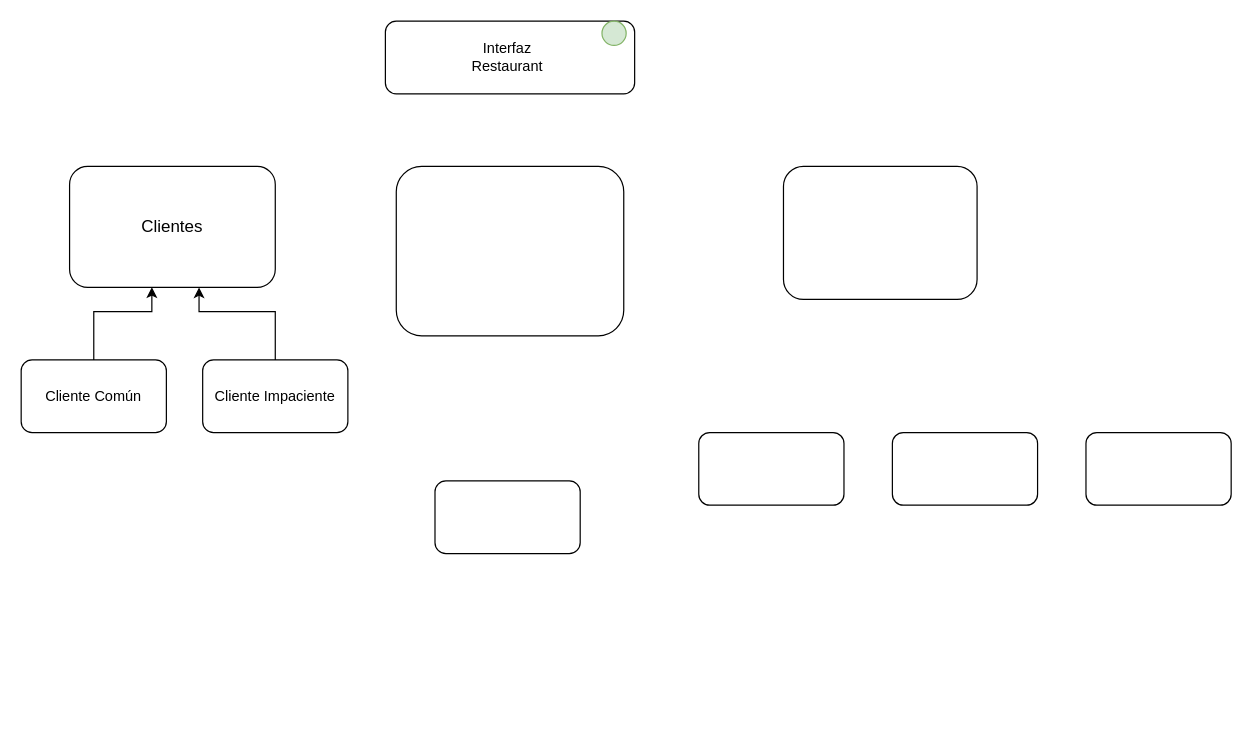
Earlier version of the draw.io diagram Untitled Diagram.drawio (KevinCordoba/Proyecto_POO_1). Source tidied: cells renumbered, new cells numbered last; positions are measured from the earlier drawing's top-left corner, leaving out a move shared by most shapes. Both pictures are drawn from the tidied source at 121%, with x=0, y=0 at pixel (21, 21).
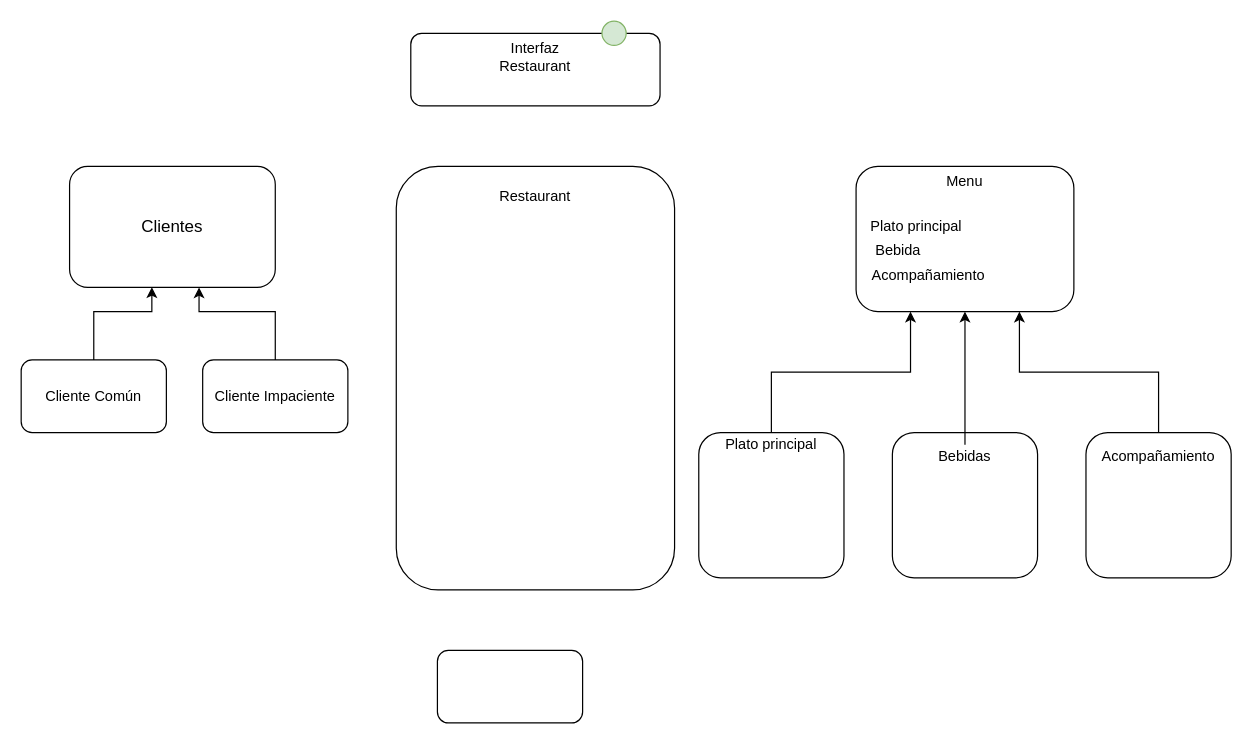
The same page after the edit.

Commit message:
Diagramas de menu

Diff of the diagram source:
```diff
@@
     <mxCell id="2" style="rounded=1;whiteSpace=wrap;html=1;" parent="1" vertex="1">
-      <mxGeometry x="301" width="206" height="60" as="geometry" />
+      <mxGeometry x="322" y="10" width="206" height="60" as="geometry" />
     </mxCell>
     <mxCell id="3" value="Interfaz Restaurant" style="text;html=1;strokeColor=none;fillColor=none;align=center;verticalAlign=middle;whiteSpace=wrap;rounded=0;" parent="1" vertex="1">
-      <mxGeometry x="350" width="104" height="60" as="geometry" />
+      <mxGeometry x="373" width="104" height="60" as="geometry" />
     </mxCell>
@@
     <mxCell id="5" style="rounded=1;whiteSpace=wrap;html=1;" parent="1" vertex="1">
-      <mxGeometry x="310" y="120" width="188" height="140" as="geometry" />
+      <mxGeometry x="310" y="120" width="230" height="350" as="geometry" />
     </mxCell>
@@
     <mxCell id="7" style="rounded=1;whiteSpace=wrap;html=1;" parent="1" vertex="1">
-      <mxGeometry x="630" y="120" width="160" height="110" as="geometry" />
+      <mxGeometry x="690" y="120" width="180" height="120" as="geometry" />
     </mxCell>
     <mxCell id="8" style="rounded=1;whiteSpace=wrap;html=1;" parent="1" vertex="1">
-      <mxGeometry x="560" y="340" width="120" height="60" as="geometry" />
+      <mxGeometry x="560" y="340" width="120" height="120" as="geometry" />
     </mxCell>
     <mxCell id="9" style="rounded=1;whiteSpace=wrap;html=1;" parent="1" vertex="1">
-      <mxGeometry x="720" y="340" width="120" height="60" as="geometry" />
+      <mxGeometry x="720" y="340" width="120" height="120" as="geometry" />
     </mxCell>
+    <mxCell id="17" style="edgeStyle=orthogonalEdgeStyle;rounded=0;jettySize=auto;html=1;exitX=0.5;exitY=0;exitDx=0;exitDy=0;entryX=0.75;entryY=1;entryDx=0;entryDy=0;" parent="1" edge="1" source="10" target="7">
+      <mxGeometry relative="1" as="geometry" />
+    </mxCell>
     <mxCell id="10" style="rounded=1;whiteSpace=wrap;html=1;" parent="1" vertex="1">
-      <mxGeometry x="880" y="340" width="120" height="60" as="geometry" />
+      <mxGeometry x="880" y="340" width="120" height="120" as="geometry" />
     </mxCell>
@@
     <mxCell id="13" style="rounded=1;whiteSpace=wrap;html=1;" parent="1" vertex="1">
-      <mxGeometry x="342" y="380" width="120" height="60" as="geometry" />
+      <mxGeometry x="344" y="520" width="120" height="60" as="geometry" />
     </mxCell>
+    <mxCell id="18" value="Restaurant" style="text;html=1;strokeColor=none;fillColor=none;align=center;verticalAlign=middle;whiteSpace=wrap;rounded=0;" parent="1" vertex="1">
+      <mxGeometry x="390" y="120" width="70" height="50" as="geometry" />
+    </mxCell>
@@
+    <mxCell id="19" value="Menu" style="text;html=1;strokeColor=none;fillColor=none;align=center;verticalAlign=middle;whiteSpace=wrap;rounded=0;" parent="1" vertex="1">
+      <mxGeometry x="755" y="120" width="50" height="25" as="geometry" />
+    </mxCell>
@@
+    <mxCell id="20" value="Plato principal" style="text;html=1;strokeColor=none;fillColor=none;align=center;verticalAlign=middle;whiteSpace=wrap;rounded=0;" parent="1" vertex="1">
+      <mxGeometry x="695" y="160" width="90" height="20" as="geometry" />
+    </mxCell>
@@
+    <mxCell id="21" value="Bebida" style="text;html=1;strokeColor=none;fillColor=none;align=center;verticalAlign=middle;whiteSpace=wrap;rounded=0;" parent="1" vertex="1">
+      <mxGeometry x="695" y="180" width="60" height="20" as="geometry" />
+    </mxCell>
+    <mxCell id="22" value="Acompañamiento" style="text;html=1;strokeColor=none;fillColor=none;align=center;verticalAlign=middle;whiteSpace=wrap;rounded=0;" parent="1" vertex="1">
+      <mxGeometry x="695" y="200" width="110" height="20" as="geometry" />
+    </mxCell>
+    <mxCell id="23" style="edgeStyle=orthogonalEdgeStyle;rounded=0;jettySize=auto;html=1;exitX=0.5;exitY=0;exitDx=0;exitDy=0;entryX=0.25;entryY=1;entryDx=0;entryDy=0;" parent="1" edge="1" source="24" target="7">
+      <mxGeometry relative="1" as="geometry" />
+    </mxCell>
+    <mxCell id="24" value="Plato principal" style="text;html=1;strokeColor=none;fillColor=none;align=center;verticalAlign=middle;whiteSpace=wrap;rounded=0;" parent="1" vertex="1">
+      <mxGeometry x="555" y="340" width="130" height="20" as="geometry" />
+    </mxCell>
+    <mxCell id="25" style="edgeStyle=orthogonalEdgeStyle;rounded=0;jettySize=auto;html=1;entryX=0.5;entryY=1;entryDx=0;entryDy=0;" parent="1" edge="1" source="26" target="7">
+      <mxGeometry relative="1" as="geometry" />
+    </mxCell>
+    <mxCell id="26" value="Bebidas" style="text;html=1;strokeColor=none;fillColor=none;align=center;verticalAlign=middle;whiteSpace=wrap;rounded=0;" parent="1" vertex="1">
+      <mxGeometry x="760" y="350" width="40" height="20" as="geometry" />
+    </mxCell>
+    <mxCell id="27" value="Acompañamiento" style="text;html=1;strokeColor=none;fillColor=none;align=center;verticalAlign=middle;whiteSpace=wrap;rounded=0;" parent="1" vertex="1">
+      <mxGeometry x="885" y="350" width="110" height="20" as="geometry" />
+    </mxCell>
```
